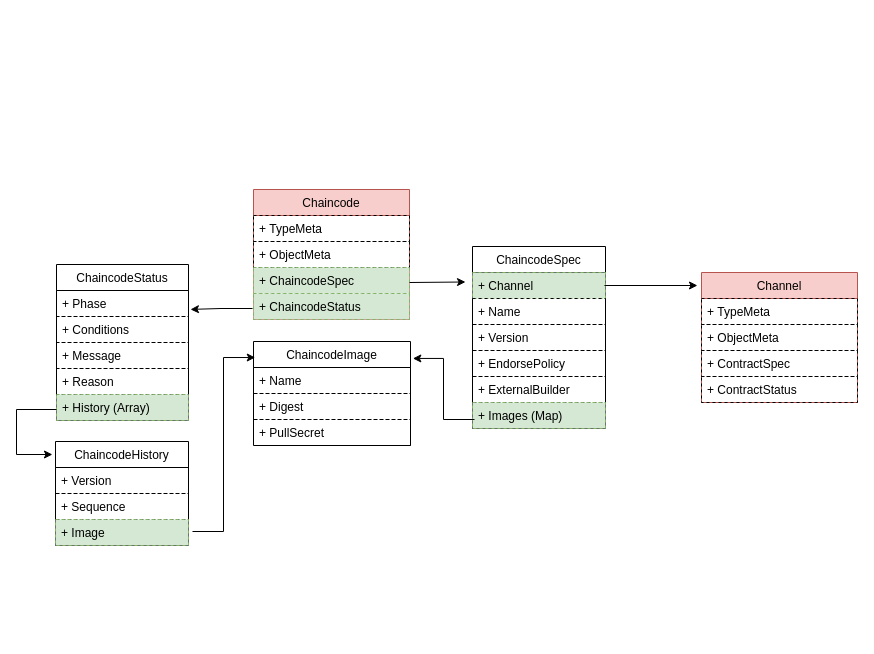
Above: page "Page-1" (1 of 2) of dev_design/models-design/chaincode.drawio in bestchains/product-design (draw.io), before the change. Source tidied: cells renumbered, new cells numbered last; positions are measured from the earlier drawing's top-left corner, leaving out a move shared by most shapes. Both pictures are drawn from the tidied source at 100%, with x=0, y=0 at pixel (-66, 189).
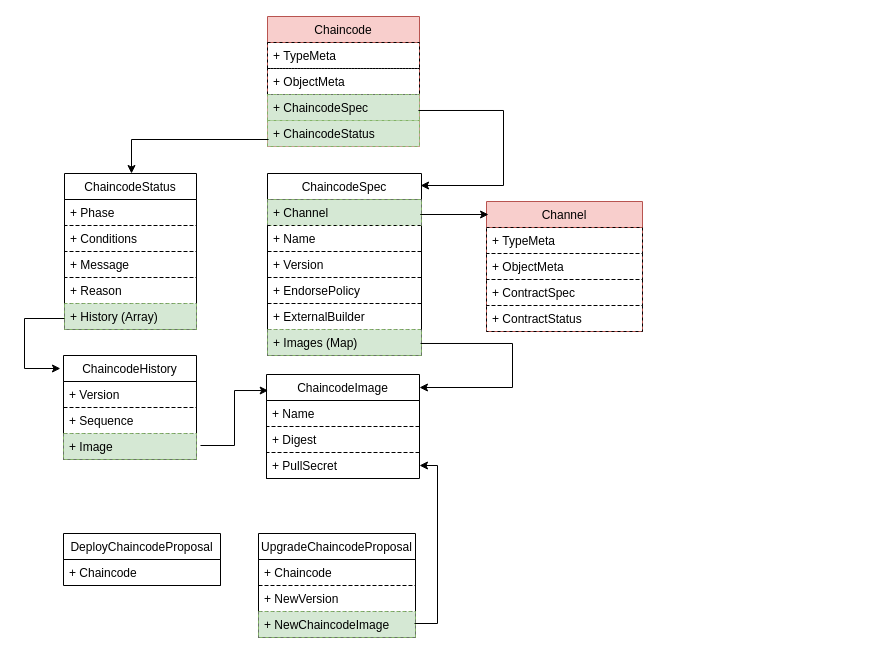
The same diagram, later.

Commit message (it also covers changes not shown here):
feat: more design figures on Chaincode CRD

Unchanged cells that the change refers to:
```xml
<mxCell id="19" value="+ History (Array)" style="text;strokeColor=#82b366;fillColor=#d5e8d4;align=left;verticalAlign=top;spacingLeft=4;spacingRight=4;overflow=hidden;points=[[0,0.5],[1,0.5]];portConstraint=eastwest;dashed=1;rounded=0;glass=0;" parent="14" vertex="1">
  <mxGeometry y="130" width="132" height="26" as="geometry" />
</mxCell>
<mxCell id="35" value="+ Image" style="text;strokeColor=#82b366;fillColor=#d5e8d4;align=left;verticalAlign=top;spacingLeft=4;spacingRight=4;overflow=hidden;points=[[0,0.5],[1,0.5]];portConstraint=eastwest;dashed=1;rounded=0;" parent="32" vertex="1">
  <mxGeometry y="78" width="133" height="26" as="geometry" />
</mxCell>
```

Change to the diagram source:
```diff
@@
     <mxCell id="2" value="ChaincodeSpec" style="swimlane;fontStyle=0;horizontal=1;startSize=26;fillColor=none;rounded=0;shadow=0;comic=0;" parent="1" vertex="1">
-      <mxGeometry x="538" y="57" width="133" height="182" as="geometry" />
+      <mxGeometry x="333" y="-16" width="154" height="182" as="geometry" />
     </mxCell>
     <mxCell id="3" value="+ Channel" style="text;strokeColor=#82b366;fillColor=#d5e8d4;align=left;verticalAlign=top;spacingLeft=4;spacingRight=4;overflow=hidden;points=[[0,0.5],[1,0.5]];portConstraint=eastwest;dashed=1;rounded=0;" parent="2" vertex="1">
-      <mxGeometry y="26" width="133" height="26" as="geometry" />
+      <mxGeometry y="26" width="154" height="26" as="geometry" />
     </mxCell>
     <mxCell id="4" value="+ Name" style="text;strokeColor=#000000;fillColor=none;align=left;verticalAlign=top;spacingLeft=4;spacingRight=4;overflow=hidden;dashed=1;rounded=0;gradientColor=none;" parent="2" vertex="1">
-      <mxGeometry y="52" width="133" height="26" as="geometry" />
+      <mxGeometry y="52" width="154" height="26" as="geometry" />
     </mxCell>
     <mxCell id="5" value="+ Version" style="text;strokeColor=#000000;fillColor=none;align=left;verticalAlign=top;spacingLeft=4;spacingRight=4;overflow=hidden;dashed=1;rounded=0;gradientColor=none;" parent="2" vertex="1">
-      <mxGeometry y="78" width="133" height="26" as="geometry" />
+      <mxGeometry y="78" width="154" height="26" as="geometry" />
     </mxCell>
     <mxCell id="6" value="+ EndorsePolicy" style="text;strokeColor=#000000;fillColor=none;align=left;verticalAlign=top;spacingLeft=4;spacingRight=4;overflow=hidden;dashed=1;rounded=0;gradientColor=none;" parent="2" vertex="1">
-      <mxGeometry y="104" width="133" height="26" as="geometry" />
+      <mxGeometry y="104" width="154" height="26" as="geometry" />
     </mxCell>
     <mxCell id="7" value="+ ExternalBuilder" style="text;strokeColor=#000000;fillColor=none;align=left;verticalAlign=top;spacingLeft=4;spacingRight=4;overflow=hidden;dashed=1;rounded=0;gradientColor=none;" parent="2" vertex="1">
-      <mxGeometry y="130" width="133" height="26" as="geometry" />
+      <mxGeometry y="130" width="154" height="26" as="geometry" />
     </mxCell>
     <mxCell id="8" value="+ Images (Map)" style="text;strokeColor=#82b366;fillColor=#d5e8d4;align=left;verticalAlign=top;spacingLeft=4;spacingRight=4;overflow=hidden;points=[[0,0.5],[1,0.5]];portConstraint=eastwest;dashed=1;rounded=0;" parent="2" vertex="1">
-      <mxGeometry y="156" width="133" height="26" as="geometry" />
+      <mxGeometry y="156" width="154" height="26" as="geometry" />
     </mxCell>
     <mxCell id="9" value="Chaincode" style="swimlane;fontStyle=0;horizontal=1;startSize=26;fillColor=#f8cecc;rounded=0;shadow=0;comic=0;swimlaneLine=1;glass=0;swimlaneFillColor=none;strokeColor=#b85450;" parent="1" vertex="1">
-      <mxGeometry x="319" width="156" height="130" as="geometry" />
+      <mxGeometry x="333" y="-173" width="152" height="130" as="geometry" />
     </mxCell>
     <mxCell id="10" value="+ TypeMeta" style="text;strokeColor=#000000;fillColor=none;align=left;verticalAlign=top;spacingLeft=4;spacingRight=4;overflow=hidden;dashed=1;rounded=0;glass=0;" parent="9" vertex="1">
-      <mxGeometry y="26" width="156" height="26" as="geometry" />
+      <mxGeometry y="26" width="152" height="26" as="geometry" />
     </mxCell>
     <mxCell id="11" value="+ ObjectMeta" style="text;strokeColor=#000000;fillColor=none;align=left;verticalAlign=top;spacingLeft=4;spacingRight=4;overflow=hidden;dashed=1;rounded=0;glass=0;" parent="9" vertex="1">
-      <mxGeometry y="52" width="156" height="26" as="geometry" />
+      <mxGeometry y="52" width="152" height="26" as="geometry" />
     </mxCell>
     <mxCell id="12" value="+ ChaincodeSpec" style="text;strokeColor=#82b366;fillColor=#d5e8d4;align=left;verticalAlign=top;spacingLeft=4;spacingRight=4;overflow=hidden;points=[[0,0.5],[1,0.5]];portConstraint=eastwest;rounded=0;dashed=1;glass=0;" parent="9" vertex="1">
-      <mxGeometry y="78" width="156" height="26" as="geometry" />
+      <mxGeometry y="78" width="152" height="26" as="geometry" />
     </mxCell>
     <mxCell id="13" value="+ ChaincodeStatus" style="text;strokeColor=#82b366;fillColor=#d5e8d4;align=left;verticalAlign=top;spacingLeft=4;spacingRight=4;overflow=hidden;points=[[0,0.5],[1,0.5]];portConstraint=eastwest;rounded=0;dashed=1;glass=0;" parent="9" vertex="1">
-      <mxGeometry y="104" width="156" height="26" as="geometry" />
+      <mxGeometry y="104" width="152" height="26" as="geometry" />
     </mxCell>
     <mxCell id="14" value="ChaincodeStatus" style="swimlane;fontStyle=0;horizontal=1;startSize=26;fillColor=none;rounded=0;shadow=0;comic=0;swimlaneLine=1;glass=0;swimlaneFillColor=none;" parent="1" vertex="1">
-      <mxGeometry x="122" y="75" width="132" height="156" as="geometry" />
+      <mxGeometry x="130" y="-16" width="132" height="156" as="geometry" />
     </mxCell>
@@
-    <mxCell id="20" style="endArrow=classic;html=1;rounded=0;entryX=-0.015;entryY=0.173;entryDx=0;entryDy=0;entryPerimeter=0;edgeStyle=orthogonalEdgeStyle;exitX=1;exitY=0.577;exitDx=0;exitDy=0;exitPerimeter=0;" parent="1" edge="1" source="12">
-      <mxGeometry relative="1" as="geometry">
-        <mxPoint x="531" y="92.5" as="targetPoint" />
-      </mxGeometry>
-    </mxCell>
-    <mxCell id="21" style="endArrow=classic;html=1;rounded=0;exitX=-0.006;exitY=0.577;exitDx=0;exitDy=0;exitPerimeter=0;entryX=1.015;entryY=0.288;entryDx=0;entryDy=0;entryPerimeter=0;edgeStyle=orthogonalEdgeStyle;" parent="1" edge="1" source="13" target="14">
-      <mxGeometry relative="1" as="geometry" />
-    </mxCell>
     <mxCell id="22" value="Channel" style="swimlane;fontStyle=0;horizontal=1;startSize=26;fillColor=#f8cecc;rounded=0;shadow=0;comic=0;swimlaneLine=1;glass=0;swimlaneFillColor=none;strokeColor=#b85450;" parent="1" vertex="1">
-      <mxGeometry x="767" y="83" width="156" height="130" as="geometry" />
+      <mxGeometry x="552" y="12" width="156" height="130" as="geometry" />
     </mxCell>
@@
-    <mxCell id="27" style="endArrow=classic;html=1;rounded=0;exitX=0.992;exitY=0.5;exitDx=0;exitDy=0;exitPerimeter=0;entryX=-0.026;entryY=0.1;entryDx=0;entryDy=0;entryPerimeter=0;edgeStyle=orthogonalEdgeStyle;" parent="1" edge="1" source="3" target="22">
-      <mxGeometry relative="1" as="geometry" />
-    </mxCell>
     <mxCell id="28" value="ChaincodeImage" style="swimlane;fontStyle=0;horizontal=1;startSize=26;fillColor=none;rounded=0;shadow=0;comic=0;" parent="1" vertex="1">
-      <mxGeometry x="319" y="152" width="157" height="104" as="geometry" />
+      <mxGeometry x="332" y="185" width="153" height="104" as="geometry" />
     </mxCell>
     <mxCell id="29" value="+ Name" style="text;strokeColor=#000000;fillColor=none;align=left;verticalAlign=top;spacingLeft=4;spacingRight=4;overflow=hidden;dashed=1;rounded=0;gradientColor=none;" parent="28" vertex="1">
-      <mxGeometry y="26" width="157" height="26" as="geometry" />
+      <mxGeometry y="26" width="153" height="26" as="geometry" />
     </mxCell>
     <mxCell id="30" value="+ Digest" style="text;strokeColor=#000000;fillColor=none;align=left;verticalAlign=top;spacingLeft=4;spacingRight=4;overflow=hidden;dashed=1;rounded=0;gradientColor=none;" parent="28" vertex="1">
-      <mxGeometry y="52" width="157" height="26" as="geometry" />
+      <mxGeometry y="52" width="153" height="26" as="geometry" />
     </mxCell>
     <mxCell id="31" value="+ PullSecret" style="text;strokeColor=#000000;fillColor=none;align=left;verticalAlign=top;spacingLeft=4;spacingRight=4;overflow=hidden;points=[[0,0.5],[1,0.5]];portConstraint=eastwest;dashed=1;rounded=0;gradientColor=none;" parent="28" vertex="1">
-      <mxGeometry y="78" width="157" height="26" as="geometry" />
+      <mxGeometry y="78" width="153" height="26" as="geometry" />
     </mxCell>
     <mxCell id="32" value="ChaincodeHistory" style="swimlane;fontStyle=0;horizontal=1;startSize=26;fillColor=none;rounded=0;shadow=0;comic=0;" parent="1" vertex="1">
-      <mxGeometry x="121" y="252" width="133" height="104" as="geometry" />
+      <mxGeometry x="129" y="166" width="133" height="104" as="geometry" />
     </mxCell>
@@
     <mxCell id="36" style="endArrow=classic;html=1;rounded=0;entryX=-0.023;entryY=0.125;entryDx=0;entryDy=0;entryPerimeter=0;exitX=0;exitY=0.577;exitDx=0;exitDy=0;exitPerimeter=0;edgeStyle=elbowEdgeStyle;" parent="1" edge="1" source="19" target="32">
       <mxGeometry relative="1" as="geometry">
         <Array as="points">
-          <mxPoint x="82" y="249" />
-          <mxPoint y="291" />
-          <mxPoint x="71" y="239" />
+          <mxPoint x="90" y="197" />
+          <mxPoint x="8" y="239" />
+          <mxPoint x="79" y="187" />
         </Array>
       </mxGeometry>
     </mxCell>
+    <mxCell id="38" style="endArrow=classic;html=1;rounded=0;exitX=1.03;exitY=0.462;exitDx=0;exitDy=0;exitPerimeter=0;entryX=0.011;entryY=0.154;entryDx=0;entryDy=0;entryPerimeter=0;edgeStyle=elbowEdgeStyle;" parent="1" edge="1" source="35" target="28">
+      <mxGeometry relative="1" as="geometry" />
+    </mxCell>
+    <mxCell id="39" value="DeployChaincodeProposal" style="swimlane;fontStyle=0;horizontal=1;startSize=26;fillColor=none;rounded=0;shadow=0;comic=0;" parent="1" vertex="1">
+      <mxGeometry x="129" y="344" width="157" height="52" as="geometry" />
+    </mxCell>
+    <mxCell id="40" value="+ Chaincode" style="text;strokeColor=#000000;fillColor=none;align=left;verticalAlign=top;spacingLeft=4;spacingRight=4;overflow=hidden;dashed=1;rounded=0;gradientColor=none;" parent="39" vertex="1">
+      <mxGeometry y="26" width="157" height="26" as="geometry" />
+    </mxCell>
+    <mxCell id="41" value="UpgradeChaincodeProposal" style="swimlane;fontStyle=0;horizontal=1;startSize=26;fillColor=none;rounded=0;shadow=0;comic=0;" parent="1" vertex="1">
+      <mxGeometry x="324" y="344" width="157" height="104" as="geometry" />
+    </mxCell>
+    <mxCell id="42" value="+ Chaincode" style="text;strokeColor=#000000;fillColor=none;align=left;verticalAlign=top;spacingLeft=4;spacingRight=4;overflow=hidden;dashed=1;rounded=0;gradientColor=none;" parent="41" vertex="1">
+      <mxGeometry y="26" width="157" height="26" as="geometry" />
+    </mxCell>
+    <mxCell id="43" value="+ NewVersion" style="text;strokeColor=#000000;fillColor=none;align=left;verticalAlign=top;spacingLeft=4;spacingRight=4;overflow=hidden;dashed=1;rounded=0;gradientColor=none;" parent="41" vertex="1">
+      <mxGeometry y="52" width="157" height="26" as="geometry" />
+    </mxCell>
+    <mxCell id="44" value="+ NewChaincodeImage" style="text;strokeColor=#82b366;fillColor=#d5e8d4;align=left;verticalAlign=top;spacingLeft=4;spacingRight=4;overflow=hidden;points=[[0,0.5],[1,0.5]];portConstraint=eastwest;dashed=1;rounded=0;" parent="41" vertex="1">
+      <mxGeometry y="78" width="157" height="26" as="geometry" />
+    </mxCell>
+    <mxCell id="45" style="endArrow=classic;html=1;rounded=0;exitX=0.994;exitY=0.462;exitDx=0;exitDy=0;exitPerimeter=0;edgeStyle=elbowEdgeStyle;" parent="1" edge="1" source="44" target="31">
+      <mxGeometry relative="1" as="geometry">
+        <Array as="points">
+          <mxPoint x="503" y="329" />
+          <mxPoint x="545" y="336" />
+        </Array>
+      </mxGeometry>
+    </mxCell>
+    <mxCell id="27" style="endArrow=classic;html=1;rounded=0;exitX=1.026;exitY=0.577;exitDx=0;exitDy=0;exitPerimeter=0;entryX=0.013;entryY=0.1;entryDx=0;entryDy=0;entryPerimeter=0;edgeStyle=elbowEdgeStyle;" parent="1" edge="1" source="3" target="22">
+      <mxGeometry relative="1" as="geometry">
+        <Array as="points">
+          <mxPoint x="486" y="25" />
+        </Array>
+      </mxGeometry>
+    </mxCell>
+    <mxCell id="46" style="endArrow=classic;html=1;rounded=0;exitX=0.993;exitY=0.615;exitDx=0;exitDy=0;exitPerimeter=0;edgeStyle=elbowEdgeStyle;entryX=0.994;entryY=0.066;entryDx=0;entryDy=0;entryPerimeter=0;" parent="1" edge="1" source="12" target="2">
+      <mxGeometry relative="1" as="geometry">
+        <Array as="points">
+          <mxPoint x="569" y="-46" />
+        </Array>
+      </mxGeometry>
+    </mxCell>
+    <mxCell id="21" style="endArrow=classic;html=1;rounded=0;exitX=0.007;exitY=0.731;exitDx=0;exitDy=0;exitPerimeter=0;entryX=0.508;entryY=0;entryDx=0;entryDy=0;entryPerimeter=0;edgeStyle=elbowEdgeStyle;" parent="1" edge="1" source="13" target="14">
+      <mxGeometry relative="1" as="geometry">
+        <Array as="points">
+          <mxPoint x="197" y="-38" />
+        </Array>
+      </mxGeometry>
+    </mxCell>
-    <mxCell id="37" style="endArrow=classic;html=1;rounded=0;exitX=0.015;exitY=0.654;exitDx=0;exitDy=0;exitPerimeter=0;entryX=1.015;entryY=0.163;entryDx=0;entryDy=0;entryPerimeter=0;edgeStyle=elbowEdgeStyle;" parent="1" edge="1" source="8" target="28">
+    <mxCell id="37" style="endArrow=classic;html=1;rounded=0;exitX=0.994;exitY=0.538;exitDx=0;exitDy=0;exitPerimeter=0;edgeStyle=elbowEdgeStyle;entryX=1;entryY=0.125;entryDx=0;entryDy=0;entryPerimeter=0;" parent="1" edge="1" source="8" target="28">
       <mxGeometry relative="1" as="geometry">
         <Array as="points">
-          <mxPoint x="509" y="231" />
+          <mxPoint x="578" y="180" />
         </Array>
       </mxGeometry>
     </mxCell>
-    <mxCell id="38" style="endArrow=classic;html=1;rounded=0;exitX=1.03;exitY=0.462;exitDx=0;exitDy=0;exitPerimeter=0;entryX=0.011;entryY=0.154;entryDx=0;entryDy=0;entryPerimeter=0;edgeStyle=elbowEdgeStyle;" parent="1" edge="1" source="35" target="28">
-      <mxGeometry relative="1" as="geometry" />
-    </mxCell>
```
